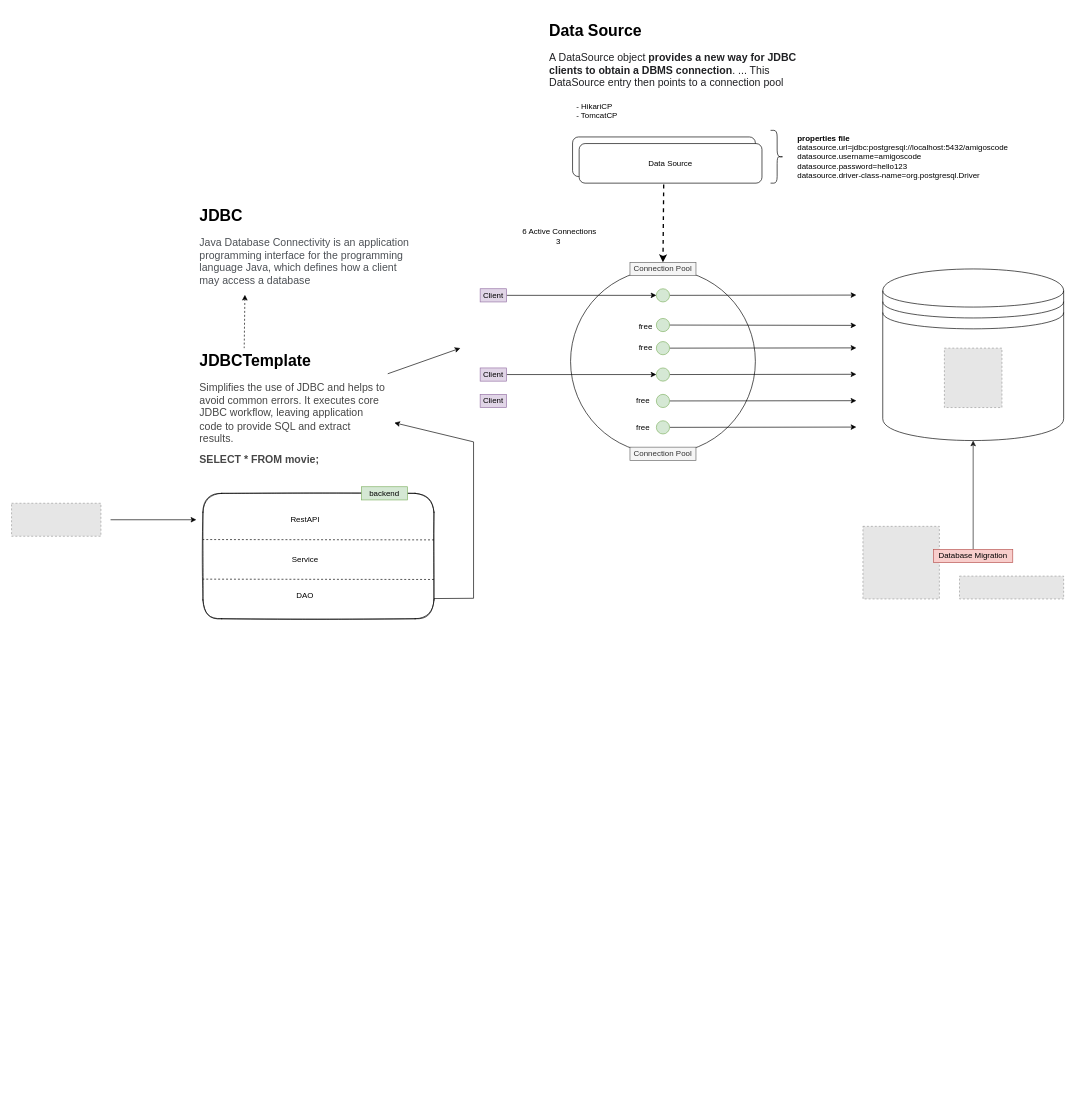
Above: springbootexample/diagram.drawio in amigoscode/cohort3 (draw.io), before the change. Source tidied: cells renumbered, new cells numbered last; positions are measured from the earlier drawing's top-left corner, leaving out a move shared by most shapes. Both pictures are drawn from the tidied source at 66%, with x=0, y=0 at pixel (11, 18). Pictures stored in the file or linked from it are replaced by grey dashed boxes.
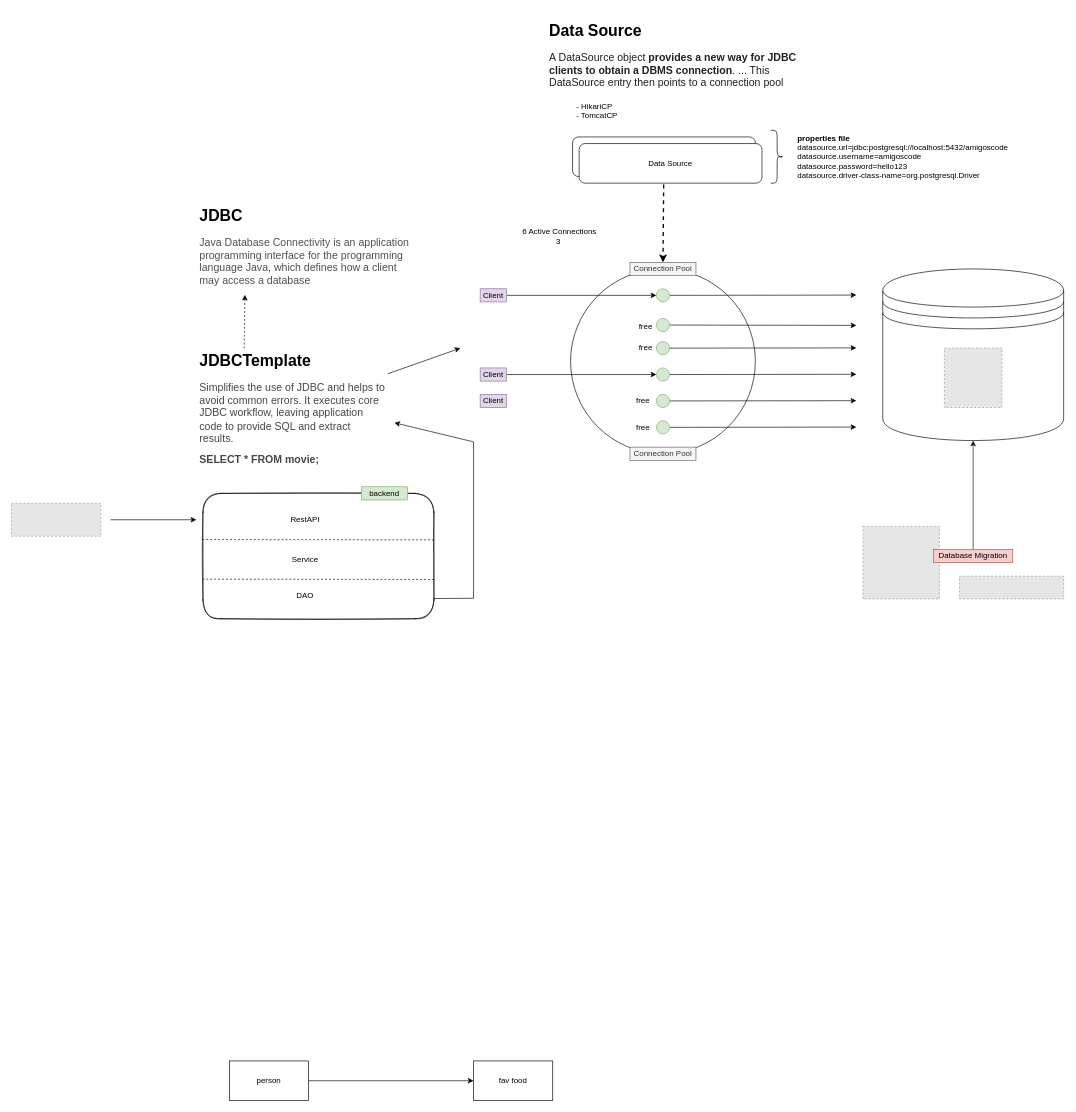
The same diagram, later.

The edit, as a diff of the source:
```diff
@@
+    <mxCell id="54" style="edgeStyle=orthogonalEdgeStyle;rounded=0;jettySize=auto;html=1;exitX=1;exitY=0.5;exitDx=0;exitDy=0;" parent="1" edge="1" source="55" target="56">
+      <mxGeometry relative="1" as="geometry" />
+    </mxCell>
+    <mxCell id="55" value="person" style="rounded=0;whiteSpace=wrap;html=1;" parent="1" vertex="1">
+      <mxGeometry x="330" y="1580" width="120" height="60" as="geometry" />
+    </mxCell>
+    <mxCell id="56" value="fav food" style="rounded=0;whiteSpace=wrap;html=1;" parent="1" vertex="1">
+      <mxGeometry x="700" y="1580" width="120" height="60" as="geometry" />
+    </mxCell>
```
